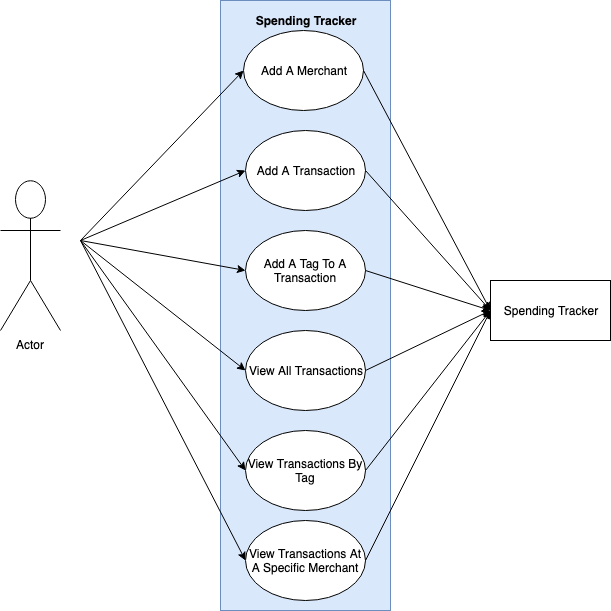
This is use case diagram spending tracker.png from JamesDBudge/PDA-Final, a draw.io export, as it was before one commit. Source tidied: cells renumbered, new cells last; positions are measured from the earlier drawing's top-left corner, leaving out a move shared by most shapes.
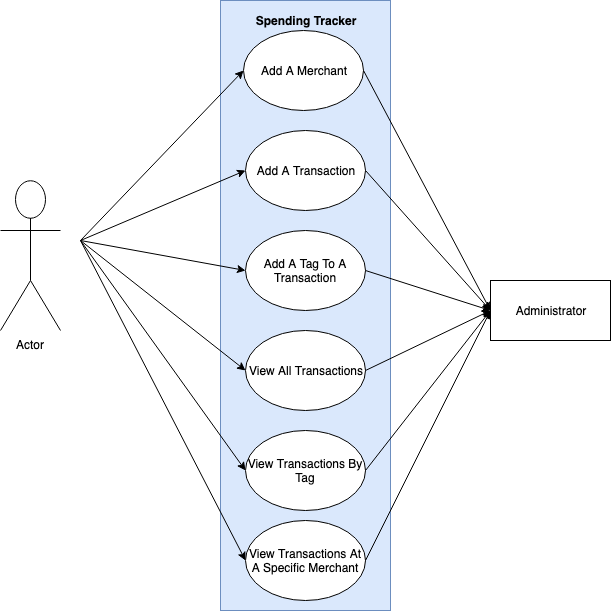
Above is the later version.

Diff of the diagram source:
```diff
@@ -59,7 +59,7 @@
     <mxCell id="16" value="&lt;b&gt;Spending Tracker&lt;/b&gt;" style="text;html=1;strokeColor=none;fillColor=none;align=center;verticalAlign=middle;whiteSpace=wrap;rounded=0;" parent="1" vertex="1">
       <mxGeometry x="230" y="10" width="150" height="20" as="geometry" />
     </mxCell>
-    <mxCell id="17" value="Spending Tracker" style="rounded=0;whiteSpace=wrap;html=1;" parent="1" vertex="1">
+    <mxCell id="17" value="Administrator" style="rounded=0;whiteSpace=wrap;html=1;" parent="1" vertex="1">
       <mxGeometry x="490" y="280" width="120" height="60" as="geometry" />
     </mxCell>
     <mxCell id="18" style="endArrow=classic;html=1;exitX=1;exitY=0.5;exitDx=0;exitDy=0;entryX=0;entryY=0.5;entryDx=0;entryDy=0;" parent="1" edge="1" source="3" target="17">
```
